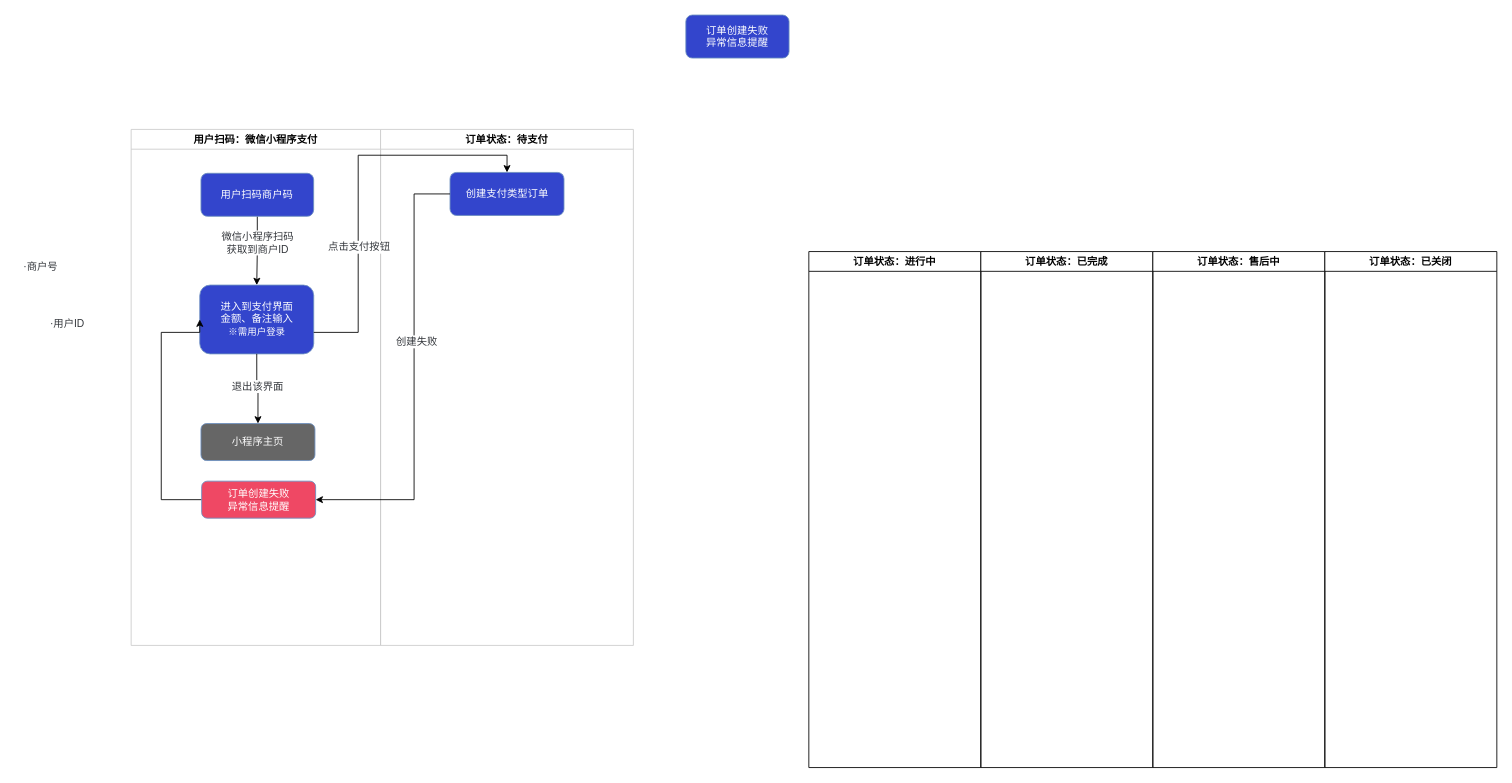
joestarhu/drowio keeps this draw.io diagram as 订单状态.drawio. Above is the earlier version. Source tidied: cells renumbered, new cells numbered last; positions are measured from the earlier drawing's top-left corner, leaving out a move shared by most shapes. Both pictures are drawn from the tidied source at 86%, with x=0, y=0 at pixel (15, 15).
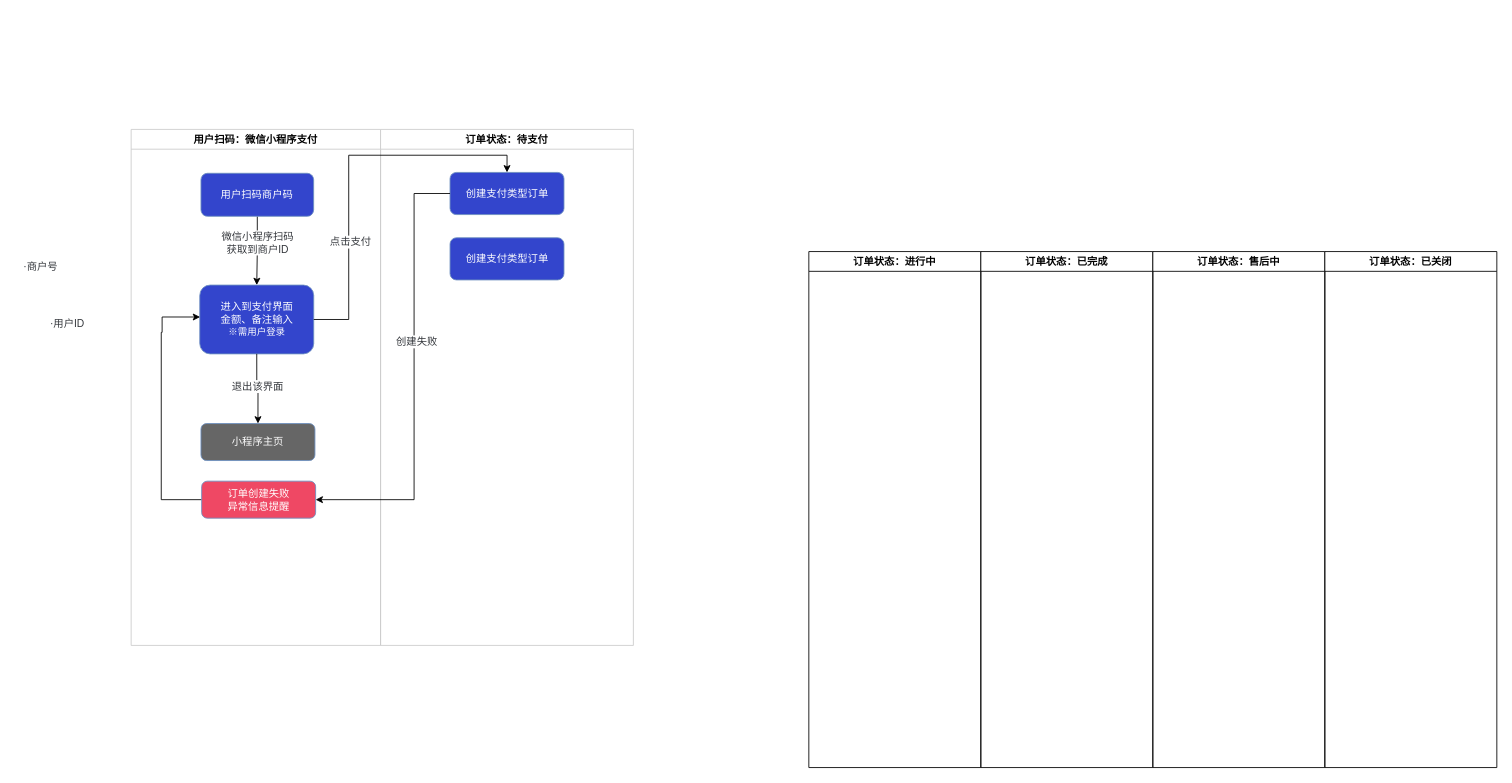
After the change.

Commit message (it also covers changes not shown here):
更新订单状态.drawio

Unchanged cells that the change refers to:
```xml
<mxCell id="2" value="用户扫码：微信小程序支付" style="swimlane;whiteSpace=wrap;html=1;strokeColor=#CCCCCC;" parent="1" vertex="1">
  <mxGeometry x="135" y="133" width="290" height="600" as="geometry" />
</mxCell>
<mxCell id="6" value="进入到支付界面&lt;br&gt;金额、备注输入&lt;br&gt;&lt;font style=&quot;font-size: 11px;&quot;&gt;※需用户登录&lt;br&gt;&lt;/font&gt;" style="rounded=1;whiteSpace=wrap;html=1;fillColor=#3345CC;strokeColor=#6c8ebf;fontColor=#FFF;" parent="2" vertex="1">
  <mxGeometry x="79.8" y="181" width="132.5" height="80" as="geometry" />
</mxCell>
<mxCell id="11" value="订单创建失败&lt;br&gt;异常信息提醒" style="rounded=1;whiteSpace=wrap;html=1;fillColor=#ef4864;strokeColor=#6c8ebf;fontColor=#FFF;" parent="2" vertex="1">
  <mxGeometry x="82" y="409" width="132.5" height="43" as="geometry" />
</mxCell>
<mxCell id="12" value="订单状态：待支付" style="swimlane;whiteSpace=wrap;html=1;strokeColor=#CCCCCC;" parent="1" vertex="1">
  <mxGeometry x="425" y="133" width="294" height="600" as="geometry" />
</mxCell>
```

Change to the diagram source:
```diff
@@
-    <mxCell id="10" style="edgeStyle=orthogonalEdgeStyle;shape=connector;rounded=0;jettySize=auto;html=1;entryX=0;entryY=0.5;entryDx=0;entryDy=0;labelBackgroundColor=default;strokeColor=default;align=center;verticalAlign=middle;fontFamily=Helvetica;fontSize=12;fontColor=#34373C;endArrow=classic;" parent="2" edge="1" source="11" target="6">
+    <mxCell id="10" style="edgeStyle=orthogonalEdgeStyle;shape=connector;rounded=0;jettySize=auto;html=1;labelBackgroundColor=default;strokeColor=default;align=center;verticalAlign=middle;fontFamily=Helvetica;fontSize=12;fontColor=#34373C;endArrow=classic;entryX=0.003;entryY=0.464;entryDx=0;entryDy=0;entryPerimeter=0;" parent="2" edge="1" source="11" target="6">
       <mxGeometry relative="1" as="geometry">
         <Array as="points">
-          <mxPoint x="35" y="431" />
+          <mxPoint x="35" y="430" />
           <mxPoint x="35" y="236" />
+          <mxPoint x="36" y="236" />
+          <mxPoint x="36" y="218" />
         </Array>
       </mxGeometry>
     </mxCell>
@@
     <mxCell id="13" value="创建支付类型订单" style="rounded=1;whiteSpace=wrap;html=1;fillColor=#3345CC;strokeColor=#6c8ebf;fontColor=#FFF;" parent="12" vertex="1">
-      <mxGeometry x="80.8" y="50" width="132.5" height="50" as="geometry" />
+      <mxGeometry x="80.8" y="50" width="132.5" height="49" as="geometry" />
     </mxCell>
+    <mxCell id="25" value="创建支付类型订单" style="rounded=1;whiteSpace=wrap;html=1;fillColor=#3345CC;strokeColor=#6c8ebf;fontColor=#FFF;" parent="12" vertex="1">
+      <mxGeometry x="80.8" y="126" width="132.5" height="49" as="geometry" />
+    </mxCell>
@@
-    <mxCell id="18" value="订单创建失败&lt;br&gt;异常信息提醒" style="rounded=1;whiteSpace=wrap;html=1;fillColor=#3345CC;strokeColor=#6c8ebf;fontColor=#FFF;" parent="1" vertex="1">
-      <mxGeometry x="780" width="120" height="50" as="geometry" />
-    </mxCell>
@@
-    <mxCell id="21" style="edgeStyle=orthogonalEdgeStyle;shape=connector;rounded=0;jettySize=auto;html=1;entryX=0.5;entryY=0;entryDx=0;entryDy=0;labelBackgroundColor=default;strokeColor=default;align=center;verticalAlign=middle;fontFamily=Helvetica;fontSize=12;fontColor=#34373C;endArrow=classic;" parent="1" edge="1" source="6" target="13">
-      <mxGeometry relative="1" as="geometry">
-        <Array as="points">
-          <mxPoint x="399" y="369" />
-          <mxPoint x="399" y="163" />
-          <mxPoint x="572" y="163" />
-        </Array>
-      </mxGeometry>
-    </mxCell>
-    <mxCell id="22" value="点击支付按钮" style="edgeLabel;html=1;align=center;verticalAlign=middle;fontSize=12;fontFamily=Helvetica;fontColor=#34373C;" parent="21" vertex="1">
-      <mxGeometry x="-0.33" relative="1" as="geometry" />
-    </mxCell>
@@
+    <mxCell id="21" style="edgeStyle=orthogonalEdgeStyle;shape=connector;rounded=0;jettySize=auto;html=1;entryX=0.5;entryY=0;entryDx=0;entryDy=0;labelBackgroundColor=default;strokeColor=default;align=center;verticalAlign=middle;fontFamily=Helvetica;fontSize=12;fontColor=#34373C;endArrow=classic;" parent="1" edge="1" source="6" target="13">
+      <mxGeometry relative="1" as="geometry">
+        <Array as="points">
+          <mxPoint x="388" y="354" />
+          <mxPoint x="388" y="163" />
+          <mxPoint x="572" y="163" />
+        </Array>
+      </mxGeometry>
+    </mxCell>
+    <mxCell id="26" value="点击支付" style="edgeLabel;html=1;align=center;verticalAlign=middle;fontSize=12;fontFamily=Helvetica;fontColor=#34373C;" parent="21" vertex="1">
+      <mxGeometry x="-0.4" y="-1" relative="1" as="geometry" />
+    </mxCell>
```
